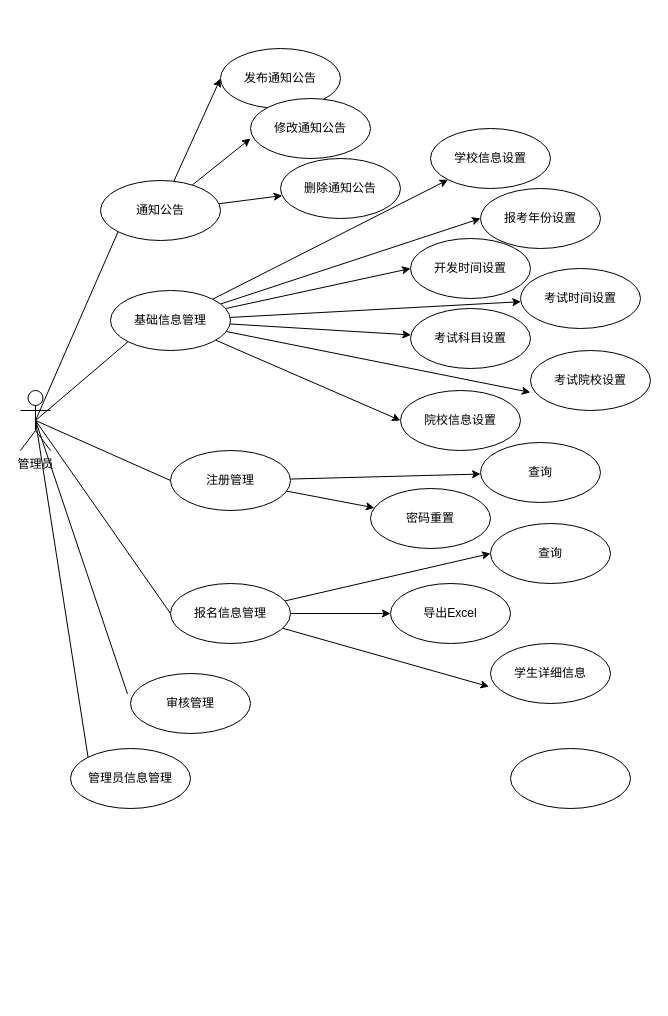
Before: zsb用例.drawio in 1184915153/-, a draw.io diagram. Source tidied: cells renumbered, new cells numbered last; positions are measured from the earlier drawing's top-left corner, leaving out a move shared by most shapes. Both pictures are drawn from the tidied source at 100%, with x=0, y=0 at pixel (20, 48).
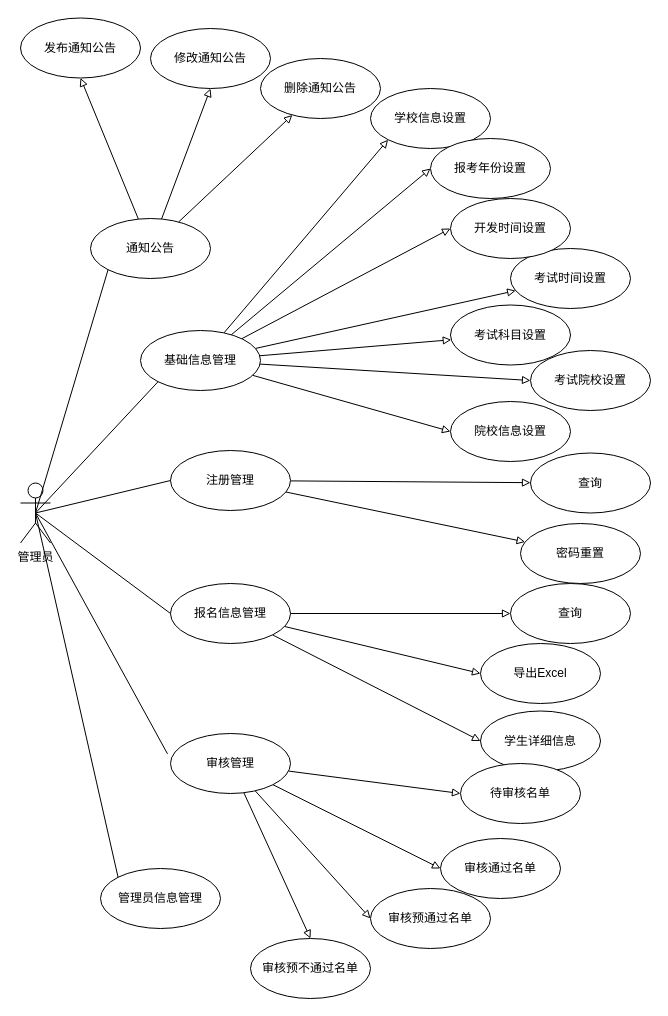
The same diagram, later.

The change refers to these unchanged cells:
```xml
<mxCell id="9" value="注册管理" style="ellipse;whiteSpace=wrap;html=1;" parent="1" vertex="1">
  <mxGeometry x="150" y="402" width="120" height="60" as="geometry" />
</mxCell>
<mxCell id="23" value="报名信息管理" style="ellipse;whiteSpace=wrap;html=1;" parent="1" vertex="1">
  <mxGeometry x="150" y="535" width="120" height="60" as="geometry" />
</mxCell>
<mxCell id="31" value="考试院校设置" style="ellipse;whiteSpace=wrap;html=1;" parent="1" vertex="1">
  <mxGeometry x="510" y="302" width="120" height="60" as="geometry" />
</mxCell>
```

Diff of the diagram source:
```diff
@@
-    <mxCell id="2" style="edgeStyle=none;rounded=0;jettySize=auto;html=1;" parent="1" edge="1" source="5" target="25">
+    <mxCell id="2" style="edgeStyle=none;rounded=0;jettySize=auto;html=1;endArrow=block;endFill=0;" parent="1" edge="1" source="5" target="25">
       <mxGeometry relative="1" as="geometry" />
     </mxCell>
-    <mxCell id="3" style="edgeStyle=none;rounded=0;jettySize=auto;html=1;" parent="1" edge="1" source="5">
-      <mxGeometry relative="1" as="geometry">
-        <mxPoint x="230" y="90" as="targetPoint" />
-      </mxGeometry>
+    <mxCell id="3" style="edgeStyle=none;rounded=0;jettySize=auto;html=1;entryX=0.5;entryY=1;entryDx=0;entryDy=0;endArrow=block;endFill=0;" parent="1" edge="1" source="5" target="34">
+      <mxGeometry relative="1" as="geometry" />
     </mxCell>
-    <mxCell id="4" style="edgeStyle=none;rounded=0;jettySize=auto;html=1;entryX=0;entryY=0.5;entryDx=0;entryDy=0;" parent="1" edge="1" source="5" target="33">
+    <mxCell id="4" style="edgeStyle=none;rounded=0;jettySize=auto;html=1;entryX=0.5;entryY=1;entryDx=0;entryDy=0;endArrow=block;endFill=0;" parent="1" edge="1" source="5" target="33">
       <mxGeometry relative="1" as="geometry" />
     </mxCell>
     <mxCell id="5" value="通知公告" style="ellipse;whiteSpace=wrap;html=1;" parent="1" vertex="1">
-      <mxGeometry x="80" y="132" width="120" height="60" as="geometry" />
+      <mxGeometry x="70" y="170" width="120" height="60" as="geometry" />
     </mxCell>
     <mxCell id="6" value="管理员&lt;br&gt;" style="shape=umlActor;verticalLabelPosition=bottom;labelBackgroundColor=#ffffff;verticalAlign=top;html=1;outlineConnect=0;" parent="1" vertex="1">
-      <mxGeometry y="342" width="30" height="60" as="geometry" />
+      <mxGeometry y="434.5" width="30" height="60" as="geometry" />
     </mxCell>
-    <mxCell id="7" style="edgeStyle=none;rounded=0;jettySize=auto;html=1;" parent="1" edge="1" source="9" target="41">
+    <mxCell id="7" style="edgeStyle=none;rounded=0;jettySize=auto;html=1;endArrow=block;endFill=0;" parent="1" edge="1" source="9" target="41">
       <mxGeometry relative="1" as="geometry" />
     </mxCell>
-    <mxCell id="8" style="edgeStyle=none;rounded=0;jettySize=auto;html=1;" parent="1" edge="1" source="9" target="40">
+    <mxCell id="8" style="edgeStyle=none;rounded=0;jettySize=auto;html=1;endArrow=block;endFill=0;" parent="1" edge="1" source="9" target="40">
       <mxGeometry relative="1" as="geometry" />
     </mxCell>
@@
-    <mxCell id="10" style="rounded=0;jettySize=auto;html=1;entryX=0;entryY=1;entryDx=0;entryDy=0;" parent="1" edge="1" source="17" target="26">
+    <mxCell id="10" style="rounded=0;jettySize=auto;html=1;entryX=0;entryY=1;entryDx=0;entryDy=0;endArrow=block;endFill=0;" parent="1" edge="1" source="17" target="26">
       <mxGeometry relative="1" as="geometry" />
     </mxCell>
-    <mxCell id="11" style="edgeStyle=none;rounded=0;jettySize=auto;html=1;entryX=0;entryY=0.5;entryDx=0;entryDy=0;" parent="1" edge="1" source="17" target="27">
+    <mxCell id="11" style="edgeStyle=none;rounded=0;jettySize=auto;html=1;entryX=0;entryY=0.5;entryDx=0;entryDy=0;endArrow=block;endFill=0;" parent="1" edge="1" source="17" target="27">
       <mxGeometry relative="1" as="geometry" />
     </mxCell>
-    <mxCell id="12" style="edgeStyle=none;rounded=0;jettySize=auto;html=1;" parent="1" edge="1" source="17" target="30">
+    <mxCell id="12" style="edgeStyle=none;rounded=0;jettySize=auto;html=1;endArrow=block;endFill=0;" parent="1" edge="1" source="17" target="30">
       <mxGeometry relative="1" as="geometry" />
     </mxCell>
-    <mxCell id="13" style="edgeStyle=none;rounded=0;jettySize=auto;html=1;entryX=0;entryY=0.5;entryDx=0;entryDy=0;" parent="1" edge="1" source="17" target="29">
+    <mxCell id="13" style="edgeStyle=none;rounded=0;jettySize=auto;html=1;entryX=0;entryY=0.5;entryDx=0;entryDy=0;endArrow=block;endFill=0;" parent="1" edge="1" source="17" target="29">
       <mxGeometry relative="1" as="geometry" />
     </mxCell>
-    <mxCell id="14" style="edgeStyle=none;rounded=0;jettySize=auto;html=1;entryX=0;entryY=0.5;entryDx=0;entryDy=0;" parent="1" edge="1" source="17" target="32">
+    <mxCell id="14" style="edgeStyle=none;rounded=0;jettySize=auto;html=1;entryX=0;entryY=0.5;entryDx=0;entryDy=0;endArrow=block;endFill=0;" parent="1" edge="1" source="17" target="32">
       <mxGeometry relative="1" as="geometry" />
     </mxCell>
-    <mxCell id="15" style="edgeStyle=none;rounded=0;jettySize=auto;html=1;entryX=-0.001;entryY=0.698;entryDx=0;entryDy=0;entryPerimeter=0;" parent="1" edge="1" source="17" target="31">
+    <mxCell id="15" style="edgeStyle=none;rounded=0;jettySize=auto;html=1;entryX=0;entryY=0.5;entryDx=0;entryDy=0;endArrow=block;endFill=0;" parent="1" edge="1" source="17" target="31">
       <mxGeometry relative="1" as="geometry" />
     </mxCell>
-    <mxCell id="16" style="edgeStyle=none;rounded=0;jettySize=auto;html=1;" parent="1" edge="1" source="17" target="28">
+    <mxCell id="16" style="edgeStyle=none;rounded=0;jettySize=auto;html=1;endArrow=block;endFill=0;" parent="1" edge="1" source="17" target="28">
       <mxGeometry relative="1" as="geometry" />
     </mxCell>
     <mxCell id="17" value="基础信息管理" style="ellipse;whiteSpace=wrap;html=1;" parent="1" vertex="1">
-      <mxGeometry x="90" y="242" width="120" height="60" as="geometry" />
+      <mxGeometry x="120" y="282" width="120" height="60" as="geometry" />
     </mxCell>
     <mxCell id="18" value="管理员信息管理" style="ellipse;whiteSpace=wrap;html=1;" parent="1" vertex="1">
-      <mxGeometry x="50" y="700" width="120" height="60" as="geometry" />
+      <mxGeometry x="80" y="820" width="120" height="60" as="geometry" />
     </mxCell>
+    <mxCell id="46" style="edgeStyle=none;rounded=0;jettySize=auto;html=1;entryX=0;entryY=0.5;entryDx=0;entryDy=0;endArrow=block;endFill=0;" parent="1" edge="1" source="19" target="45">
+      <mxGeometry relative="1" as="geometry" />
+    </mxCell>
+    <mxCell id="47" style="edgeStyle=none;rounded=0;jettySize=auto;html=1;entryX=0.5;entryY=0;entryDx=0;entryDy=0;endArrow=block;endFill=0;" parent="1" edge="1" source="19" target="52">
+      <mxGeometry relative="1" as="geometry" />
+    </mxCell>
+    <mxCell id="48" style="edgeStyle=none;rounded=0;jettySize=auto;html=1;entryX=0;entryY=0.5;entryDx=0;entryDy=0;endArrow=block;endFill=0;" parent="1" edge="1" source="19" target="51">
+      <mxGeometry relative="1" as="geometry" />
+    </mxCell>
+    <mxCell id="49" style="edgeStyle=none;rounded=0;jettySize=auto;html=1;entryX=0;entryY=0.5;entryDx=0;entryDy=0;endArrow=block;endFill=0;" parent="1" edge="1" source="19" target="50">
+      <mxGeometry relative="1" as="geometry" />
+    </mxCell>
     <mxCell id="19" value="审核管理" style="ellipse;whiteSpace=wrap;html=1;" parent="1" vertex="1">
-      <mxGeometry x="110" y="625" width="120" height="60" as="geometry" />
+      <mxGeometry x="150" y="685" width="120" height="60" as="geometry" />
     </mxCell>
-    <mxCell id="20" style="edgeStyle=none;rounded=0;jettySize=auto;html=1;entryX=0;entryY=0.5;entryDx=0;entryDy=0;" parent="1" edge="1" source="23" target="42">
+    <mxCell id="20" style="edgeStyle=none;rounded=0;jettySize=auto;html=1;entryX=0;entryY=0.5;entryDx=0;entryDy=0;endArrow=block;endFill=0;" parent="1" edge="1" source="23" target="42">
       <mxGeometry relative="1" as="geometry" />
     </mxCell>
-    <mxCell id="21" style="edgeStyle=none;rounded=0;jettySize=auto;html=1;entryX=-0.013;entryY=0.719;entryDx=0;entryDy=0;entryPerimeter=0;" parent="1" edge="1" source="23" target="43">
+    <mxCell id="21" style="edgeStyle=none;rounded=0;jettySize=auto;html=1;entryX=0;entryY=0.5;entryDx=0;entryDy=0;endArrow=block;endFill=0;" parent="1" edge="1" source="23" target="43">
       <mxGeometry relative="1" as="geometry" />
     </mxCell>
-    <mxCell id="22" style="edgeStyle=none;rounded=0;jettySize=auto;html=1;entryX=0;entryY=0.5;entryDx=0;entryDy=0;" parent="1" edge="1" source="23" target="44">
+    <mxCell id="22" style="edgeStyle=none;rounded=0;jettySize=auto;html=1;entryX=0;entryY=0.5;entryDx=0;entryDy=0;endArrow=block;endFill=0;" parent="1" edge="1" source="23" target="44">
       <mxGeometry relative="1" as="geometry" />
     </mxCell>
@@
     <mxCell id="25" value="删除通知公告" style="ellipse;whiteSpace=wrap;html=1;" parent="1" vertex="1">
-      <mxGeometry x="260" y="110" width="120" height="60" as="geometry" />
+      <mxGeometry x="240" y="10" width="120" height="60" as="geometry" />
     </mxCell>
     <mxCell id="26" value="学校信息设置" style="ellipse;whiteSpace=wrap;html=1;" parent="1" vertex="1">
-      <mxGeometry x="410" y="80" width="120" height="60" as="geometry" />
+      <mxGeometry x="350" y="40" width="120" height="60" as="geometry" />
     </mxCell>
     <mxCell id="27" value="报考年份设置" style="ellipse;whiteSpace=wrap;html=1;" parent="1" vertex="1">
-      <mxGeometry x="460" y="140" width="120" height="60" as="geometry" />
+      <mxGeometry x="410" y="90" width="120" height="60" as="geometry" />
     </mxCell>
     <mxCell id="28" value="考试时间设置" style="ellipse;whiteSpace=wrap;html=1;" parent="1" vertex="1">
-      <mxGeometry x="500" y="220" width="120" height="60" as="geometry" />
+      <mxGeometry x="490" y="200" width="120" height="60" as="geometry" />
     </mxCell>
     <mxCell id="29" value="开发时间设置&lt;br&gt;" style="ellipse;whiteSpace=wrap;html=1;" parent="1" vertex="1">
-      <mxGeometry x="390" y="190" width="120" height="60" as="geometry" />
+      <mxGeometry x="430" y="150" width="120" height="60" as="geometry" />
     </mxCell>
     <mxCell id="30" value="考试科目设置" style="ellipse;whiteSpace=wrap;html=1;" parent="1" vertex="1">
-      <mxGeometry x="390" y="260" width="120" height="60" as="geometry" />
+      <mxGeometry x="430" y="256.5" width="120" height="60" as="geometry" />
     </mxCell>
@@
     <mxCell id="32" value="院校信息设置" style="ellipse;whiteSpace=wrap;html=1;" parent="1" vertex="1">
-      <mxGeometry x="380" y="342" width="120" height="60" as="geometry" />
+      <mxGeometry x="430" y="353" width="120" height="60" as="geometry" />
     </mxCell>
     <mxCell id="33" value="发布通知公告" style="ellipse;whiteSpace=wrap;html=1;" parent="1" vertex="1">
-      <mxGeometry x="200" width="120" height="60" as="geometry" />
+      <mxGeometry y="-30.5" width="120" height="60" as="geometry" />
     </mxCell>
     <mxCell id="34" value="修改通知公告" style="ellipse;whiteSpace=wrap;html=1;" parent="1" vertex="1">
-      <mxGeometry x="230" y="50" width="120" height="60" as="geometry" />
+      <mxGeometry x="130" y="-20" width="120" height="60" as="geometry" />
     </mxCell>
@@
     <mxCell id="40" value="查询" style="ellipse;whiteSpace=wrap;html=1;" parent="1" vertex="1">
-      <mxGeometry x="460" y="394" width="120" height="60" as="geometry" />
+      <mxGeometry x="510" y="404.5" width="120" height="60" as="geometry" />
     </mxCell>
     <mxCell id="41" value="密码重置" style="ellipse;whiteSpace=wrap;html=1;" parent="1" vertex="1">
-      <mxGeometry x="350" y="440" width="120" height="60" as="geometry" />
+      <mxGeometry x="500" y="475" width="120" height="60" as="geometry" />
     </mxCell>
     <mxCell id="42" value="查询" style="ellipse;whiteSpace=wrap;html=1;" parent="1" vertex="1">
-      <mxGeometry x="470" y="475" width="120" height="60" as="geometry" />
+      <mxGeometry x="490" y="535" width="120" height="60" as="geometry" />
     </mxCell>
     <mxCell id="43" value="学生详细信息" style="ellipse;whiteSpace=wrap;html=1;" parent="1" vertex="1">
-      <mxGeometry x="470" y="595" width="120" height="60" as="geometry" />
+      <mxGeometry x="460" y="662.5" width="120" height="60" as="geometry" />
     </mxCell>
     <mxCell id="44" value="导出Excel" style="ellipse;whiteSpace=wrap;html=1;" parent="1" vertex="1">
-      <mxGeometry x="370" y="535" width="120" height="60" as="geometry" />
+      <mxGeometry x="460" y="595" width="120" height="60" as="geometry" />
     </mxCell>
-    <mxCell id="45" style="ellipse;whiteSpace=wrap;html=1;" parent="1" vertex="1">
-      <mxGeometry x="490" y="700" width="120" height="60" as="geometry" />
+    <mxCell id="45" value="待审核名单" style="ellipse;whiteSpace=wrap;html=1;" parent="1" vertex="1">
+      <mxGeometry x="440" y="715" width="120" height="60" as="geometry" />
     </mxCell>
+    <mxCell id="50" value="审核通过名单" style="ellipse;whiteSpace=wrap;html=1;" parent="1" vertex="1">
+      <mxGeometry x="420" y="790" width="120" height="60" as="geometry" />
+    </mxCell>
+    <mxCell id="51" value="审核预通过名单" style="ellipse;whiteSpace=wrap;html=1;" parent="1" vertex="1">
+      <mxGeometry x="350" y="840" width="120" height="60" as="geometry" />
+    </mxCell>
+    <mxCell id="52" value="审核预不通过名单" style="ellipse;whiteSpace=wrap;html=1;" parent="1" vertex="1">
+      <mxGeometry x="230" y="890" width="120" height="60" as="geometry" />
+    </mxCell>
```
